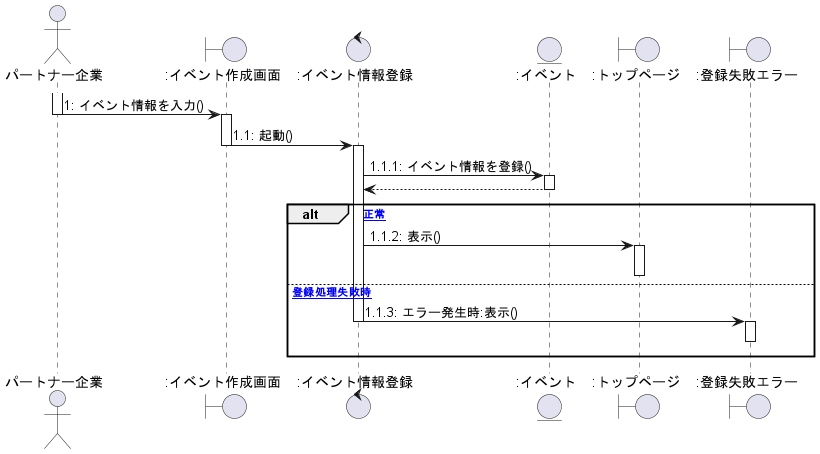
Above: out/client_sequence/イベント作成.png in ksw2270227/GroupF (PlantUML), before the change. The source it was exported from:
```plantuml
@startuml イベント作成

actor パートナー企業 as 0
Boundary ":イベント作成画面" as a
Control ":イベント情報登録" as b
Entity ":イベント" as c
Boundary ":トップページ" as d
Boundary ":登録失敗エラー" as e

activate 0
    0 -> a :1: イベント情報を入力()
deactivate 0

activate a
    a -> b :1.1: 起動()
deactivate a

activate b
    b -> c :1.1.1: イベント情報を登録()
activate c
    b <-- c
deactivate c

alt [正常]
    b -> d :1.1.2: 表示()
activate d
deactivate d
else [登録処理失敗時]
    b -> e :1.1.3: エラー発生時:表示()
deactivate b
activate e
e -[hidden]-> e
deactivate e
end

@enduml
```
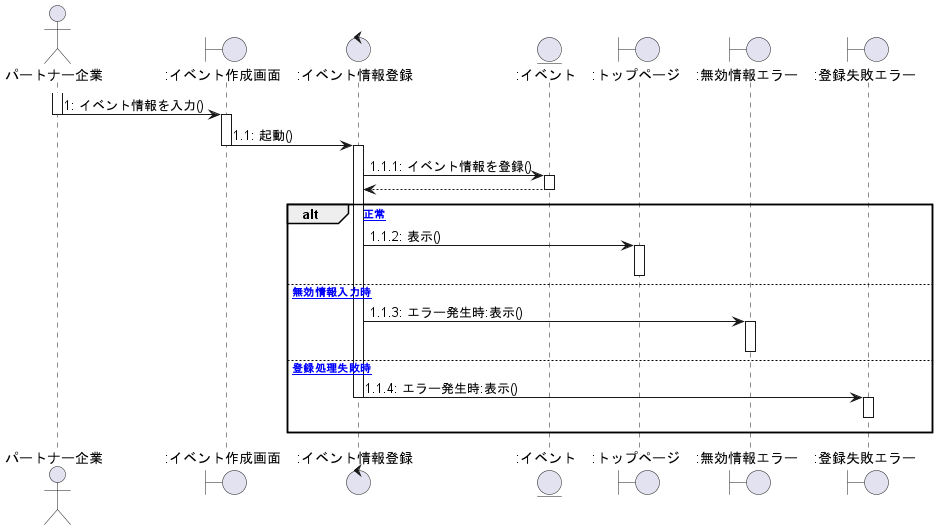
The same diagram one commit later.

Change to the diagram source:
```diff
@@ -5,7 +5,9 @@
 Control ":イベント情報登録" as b
 Entity ":イベント" as c
 Boundary ":トップページ" as d
+Boundary ":無効情報エラー" as f
 Boundary ":登録失敗エラー" as e
+
 
 activate 0
     0 -> a :1: イベント情報を入力()
@@ -25,8 +27,12 @@
     b -> d :1.1.2: 表示()
 activate d
 deactivate d
+else [無効情報入力時]
+    b -> f :1.1.3: エラー発生時:表示()
+activate f
+deactivate f
 else [登録処理失敗時]
-    b -> e :1.1.3: エラー発生時:表示()
+    b -> e :1.1.4: エラー発生時:表示()
 deactivate b
 activate e
 e -[hidden]-> e
```
